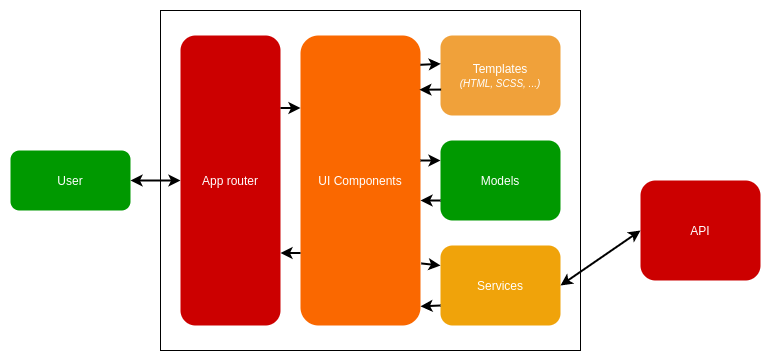
RomainCtl/RecoFinement keeps this draw.io diagram as docs/assets/images/ui_architecture.png. Above is the earlier version. Source tidied: cells renumbered, new cells last; positions are measured from the earlier drawing's top-left corner, leaving out a move shared by most shapes.
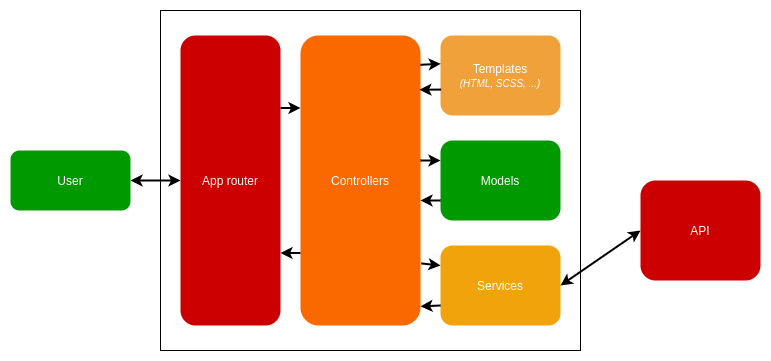
Above is the later version.

Commit message:
Change ui architecture name

Diff of the diagram source:
```diff
@@ -5,7 +5,7 @@
     <mxCell id="2" style="rounded=0;whiteSpace=wrap;html=1;strokeColor=#000000;fillColor=#ffffff;glass=0;" parent="1" vertex="1">
       <mxGeometry x="150" width="420" height="340" as="geometry" />
     </mxCell>
-    <mxCell id="3" value="UI Components" style="rounded=1;whiteSpace=wrap;html=1;strokeColor=none;fontColor=#ffffff;fillColor=#FA6800;" parent="1" vertex="1">
+    <mxCell id="3" value="Controllers" style="rounded=1;whiteSpace=wrap;html=1;strokeColor=none;fontColor=#ffffff;fillColor=#FA6800;" parent="1" vertex="1">
       <mxGeometry x="290" y="25" width="120" height="290" as="geometry" />
     </mxCell>
     <mxCell id="4" value="Services" style="rounded=1;whiteSpace=wrap;html=1;strokeColor=none;fillColor=#f0a30a;fontColor=#ffffff;" parent="1" vertex="1">
```
